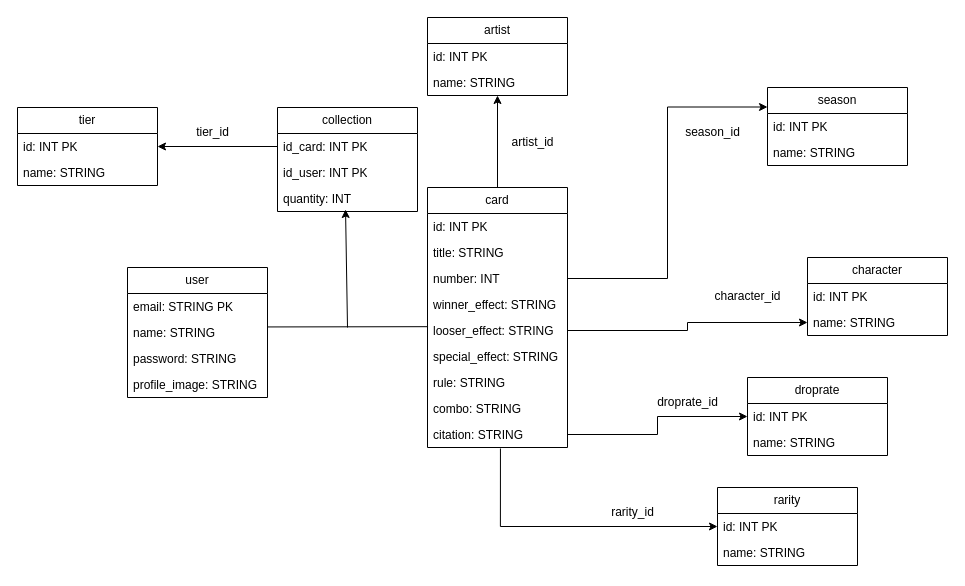
The draw.io diagram database/drawkul.drawio in Timeuh/Drawkul, before the edit. Source tidied: cells renumbered, new cells numbered last; positions are measured from the earlier drawing's top-left corner, leaving out a move shared by most shapes. Both pictures are drawn from the tidied source at 100%, with x=0, y=0 at pixel (17, 17).
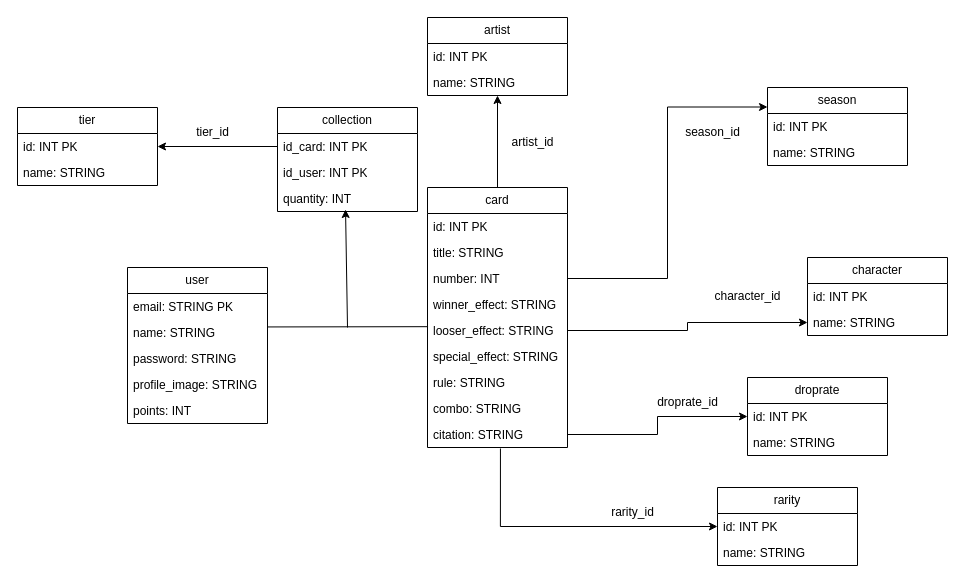
The same page after the edit.

Commit message (it also covers changes not shown here):
📝 add points to user table

What changed in the source:
```diff
@@
     <mxCell id="37" value="user" style="swimlane;fontStyle=0;horizontal=1;startSize=26;fillColor=none;whiteSpace=wrap;html=1;" parent="1" vertex="1">
-      <mxGeometry x="110" y="250" width="140" height="130" as="geometry" />
+      <mxGeometry x="110" y="250" width="140" height="156" as="geometry" />
     </mxCell>
@@
+    <mxCell id="53" value="points: INT" style="text;strokeColor=none;fillColor=none;align=left;verticalAlign=top;spacingLeft=4;spacingRight=4;overflow=hidden;whiteSpace=wrap;html=1;" parent="37" vertex="1">
+      <mxGeometry y="130" width="140" height="26" as="geometry" />
+    </mxCell>
```
